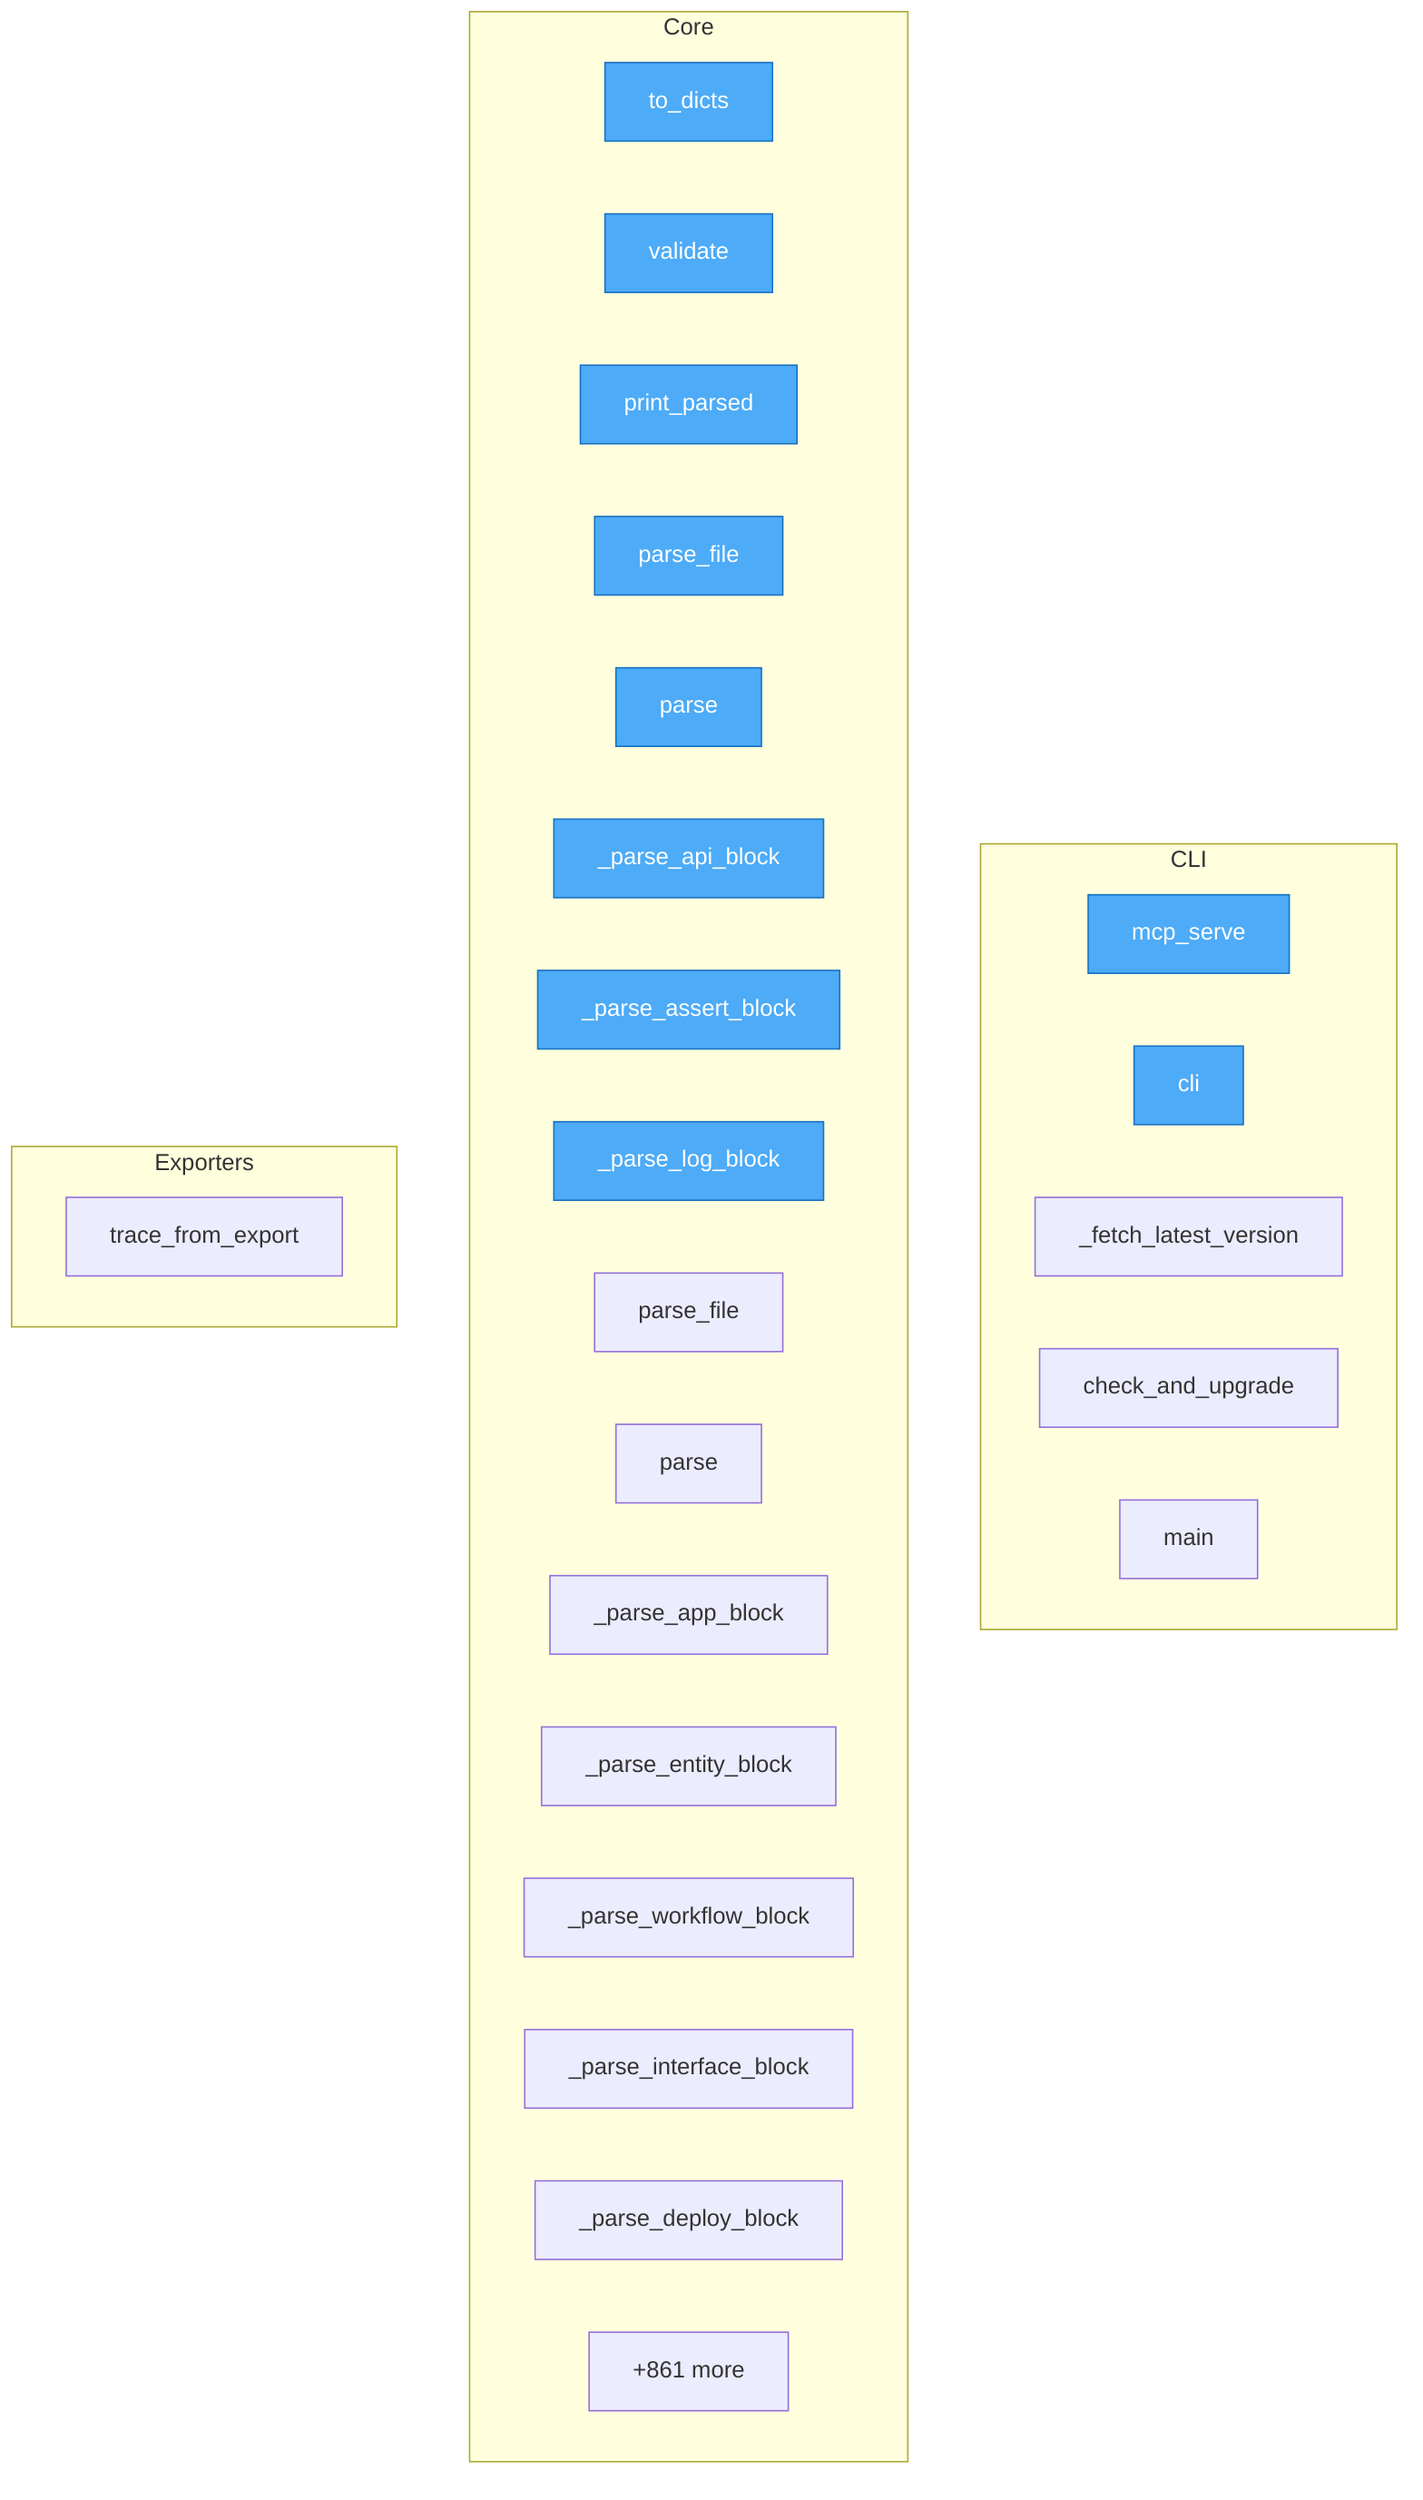
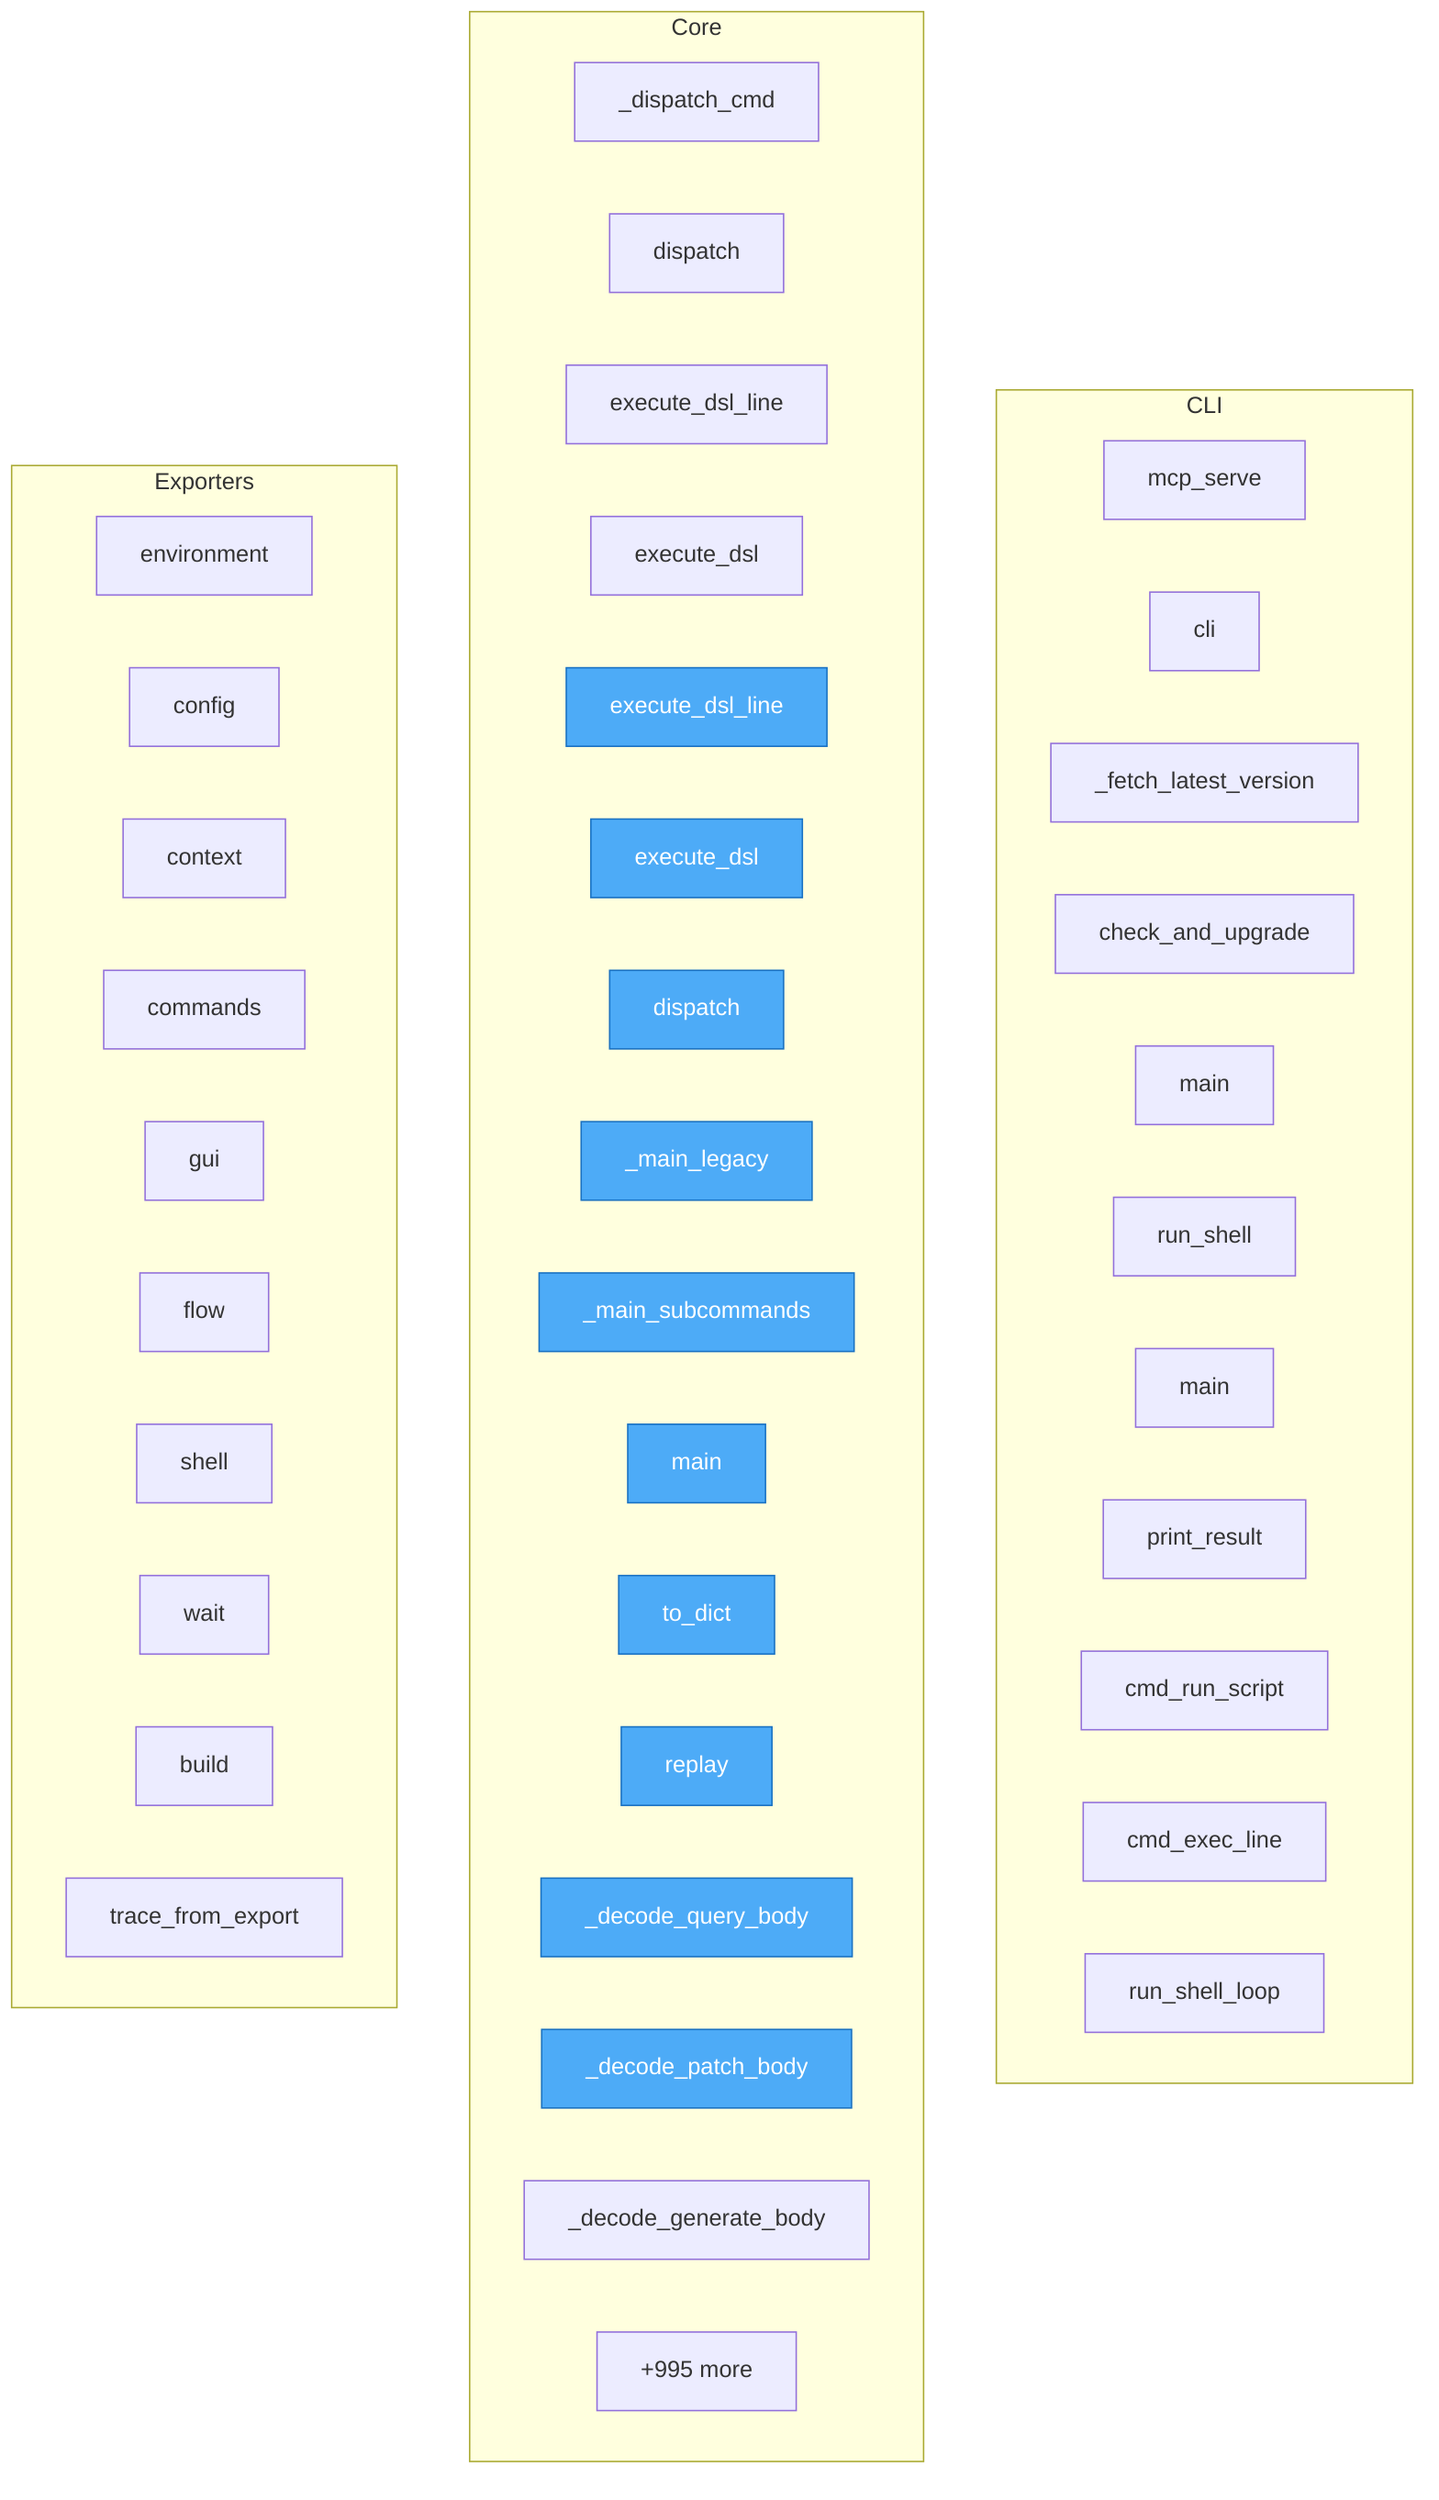
flowchart TD
- %% generated in 0.03s
+ %% generated in 0.06s

    %% Entry points (blue)
    classDef entry fill:#4dabf7,stroke:#1971c2,color:#fff

    subgraph CLI
        testql__cli__mcp_serve["mcp_serve"]
        testql__cli__cli["cli"]
        testql__cli___fetch_latest_version["_fetch_latest_version"]
        testql__cli__check_and_upgrade["check_and_upgrade"]
        testql__cli__main["main"]
+         packages__cli2testql__src__cli2testql__cli__run_shell["run_shell"]
+         packages__cli2testql__src__cli2testql__cli__main["main"]
+         packages__cli2testql__src__cli2testql__cli_handlers__print_result["print_result"]
+         packages__cli2testql__src__cli2testql__cli_handlers__cmd_run_script["cmd_run_script"]
+         packages__cli2testql__src__cli2testql__cli_handlers__cmd_exec_line["cmd_exec_line"]
+         packages__cli2testql__src__cli2testql__cli_handlers__run_shell_loop["run_shell_loop"]
    end

    subgraph Core
-         TODO__testtoon_parser__Section__to_dicts["to_dicts"]
-         TODO__testtoon_parser__Section__validate["validate"]
-         TODO__testtoon_parser__print_parsed["print_parsed"]
-         testql__toon_parser__ToonParser__parse_file["parse_file"]
-         testql__toon_parser__ToonParser__parse["parse"]
-         testql__toon_parser__ToonParser___parse_api_block["_parse_api_block"]
-         testql__toon_parser__ToonParser___parse_assert_block["_parse_assert_block"]
-         testql__toon_parser__ToonParser___parse_log_block["_parse_log_block"]
-         testql__doql_parser__DoqlParser__parse_file["parse_file"]
-         testql__doql_parser__DoqlParser__parse["parse"]
-         testql__doql_parser__DoqlParser___parse_app_block["_parse_app_block"]
-         testql__doql_parser__DoqlParser___parse_entity_block["_parse_entity_block"]
-         testql__doql_parser__DoqlParser___parse_workflow_block["_parse_workflow_block"]
-         testql__doql_parser__DoqlParser___parse_interface_block["_parse_interface_block"]
-         testql__doql_parser__DoqlParser___parse_deploy_block["_parse_deploy_block"]
-         ...["+861 more"]
+         packages__dsl2testql__src__dsl2testql__bus___dispatch_cmd["_dispatch_cmd"]
+         packages__dsl2testql__src__dsl2testql__bus__dispatch["dispatch"]
+         packages__dsl2testql__src__dsl2testql__bus__execute_dsl_line["execute_dsl_line"]
+         packages__dsl2testql__src__dsl2testql__bus__execute_dsl["execute_dsl"]
+         packages__dsl2testql__src__dsl2testql__engine__execute_dsl_line["execute_dsl_line"]
+         packages__dsl2testql__src__dsl2testql__engine__execute_dsl["execute_dsl"]
+         packages__dsl2testql__src__dsl2testql__engine__dispatch["dispatch"]
+         packages__dsl2testql__src__dsl2testql__cli___main_legacy["_main_legacy"]
+         packages__dsl2testql__src__dsl2testql__cli___main_subcommands["_main_subcommands"]
+         packages__dsl2testql__src__dsl2testql__cli__main["main"]
+         packages__dsl2testql__src__dsl2testql__events__DslEvent__to_dict["to_dict"]
+         packages__dsl2testql__src__dsl2testql__events__EventStore__replay["replay"]
+         packages__dsl2testql__src__dsl2testql__pb_codec___decode_query_body["_decode_query_body"]
+         packages__dsl2testql__src__dsl2testql__pb_codec___decode_patch_body["_decode_patch_body"]
+         packages__dsl2testql__src__dsl2testql__pb_codec___decode_generate_body["_decode_generate_body"]
+         ...["+995 more"]
    end

    subgraph Exporters
+         testql__export__scenario_builder__ScenarioBuilder__environment["environment"]
+         testql__export__scenario_builder__ScenarioBuilder__config["config"]
+         testql__export__scenario_builder__ScenarioBuilder__context["context"]
+         testql__export__scenario_builder__ScenarioBuilder__commands["commands"]
+         testql__export__scenario_builder__ScenarioBuilder__gui["gui"]
+         testql__export__scenario_builder__ScenarioBuilder__flow["flow"]
+         testql__export__scenario_builder__ScenarioBuilder__shell["shell"]
+         testql__export__scenario_builder__ScenarioBuilder__wait["wait"]
+         testql__export__scenario_builder__ScenarioBuilder__build["build"]
        testql__generators__conversation_generator__trace_from_export["trace_from_export"]
    end

-     class TODO__testtoon_parser__Section__to_dicts,TODO__testtoon_parser__Section__validate,TODO__testtoon_parser__print_parsed,testql__toon_parser__ToonParser__parse_file,testql__toon_parser__ToonParser__parse,testql__toon_parser__ToonParser___parse_api_block,testql__toon_parser__ToonParser___parse_assert_block,testql__toon_parser__ToonParser___parse_log_block,testql__cli__mcp_serve,testql__cli__cli entry
+     class packages__dsl2testql__src__dsl2testql__engine__execute_dsl_line,packages__dsl2testql__src__dsl2testql__engine__execute_dsl,packages__dsl2testql__src__dsl2testql__engine__dispatch,packages__dsl2testql__src__dsl2testql__cli___main_legacy,packages__dsl2testql__src__dsl2testql__cli___main_subcommands,packages__dsl2testql__src__dsl2testql__cli__main,packages__dsl2testql__src__dsl2testql__events__DslEvent__to_dict,packages__dsl2testql__src__dsl2testql__events__EventStore__replay,packages__dsl2testql__src__dsl2testql__pb_codec___decode_query_body,packages__dsl2testql__src__dsl2testql__pb_codec___decode_patch_body entry
